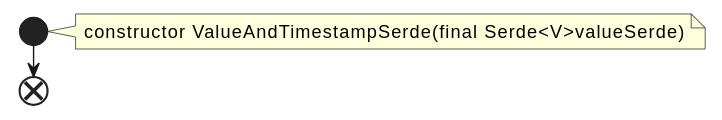
Earlier version of the PlantUML export docs/qc/streams/src/main/java/org/apache/kafka/streams/state/internals/ValueAndTimestampSerde.java.fct.svg (qualitesys/kafka).
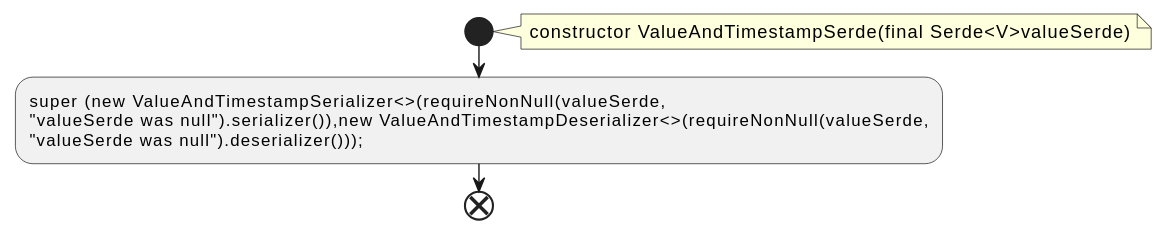
After the change.

The edit, as a diff of the source:
```diff
@@ -4,5 +4,8 @@
 note right
 constructor ValueAndTimestampSerde(final Serde<V>valueSerde)
 end note
+:super (new ValueAndTimestampSerializer<>(requireNonNull(valueSerde,
+"valueSerde was null").serializer()),new ValueAndTimestampDeserializer<>(requireNonNull(valueSerde,
+"valueSerde was null").deserializer()));;
 end
 @enduml
```
